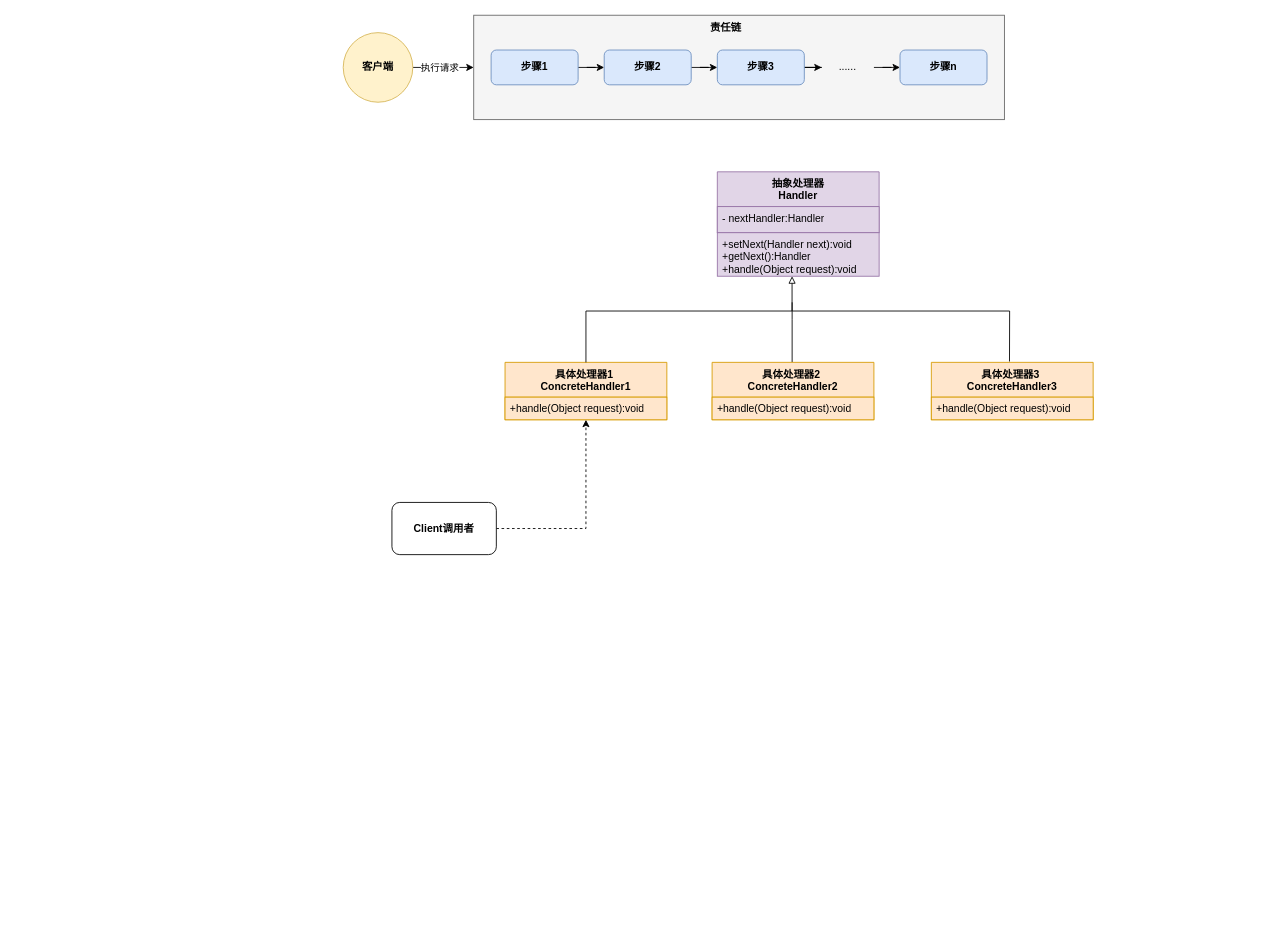
wjy888666/DesignPatterns keeps this draw.io diagram as Chain.drawio. Above is the earlier version. Source tidied: cells renumbered, new cells numbered last; positions are measured from the earlier drawing's top-left corner, leaving out a move shared by most shapes. Both pictures are drawn from the tidied source at 87%, with x=0, y=0 at pixel (343, 15).
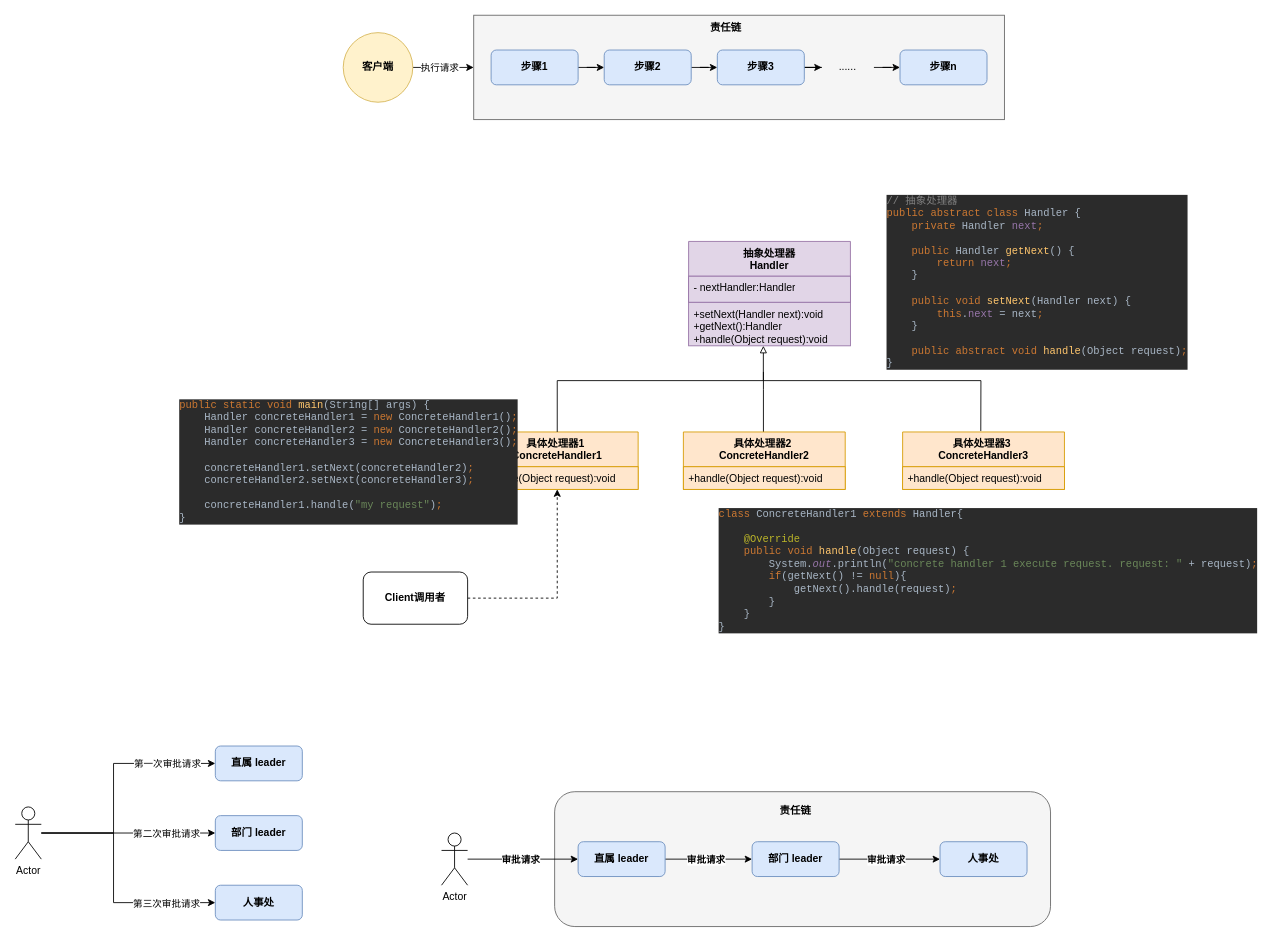
The same diagram, later.

Diff of the diagram source:
```diff
@@
+    <mxCell id="31" style="rounded=1;whiteSpace=wrap;html=1;fillColor=#f5f5f5;strokeColor=#666666;fontColor=#333333;" parent="1" vertex="1">
+      <mxGeometry x="243" y="892.5" width="570" height="155" as="geometry" />
+    </mxCell>
@@
     <mxCell id="16" value="具体处理器1&amp;nbsp;&lt;div&gt;ConcreteHandler1&lt;/div&gt;" style="swimlane;fontStyle=1;align=center;verticalAlign=top;horizontal=1;startSize=40;whiteSpace=wrap;html=1;fillColor=#ffe6cc;strokeColor=#d79b00;" parent="1" vertex="1">
-      <mxGeometry x="186" y="399" width="186" height="66" as="geometry" />
+      <mxGeometry x="153" y="479" width="186" height="66" as="geometry" />
     </mxCell>
@@
     <mxCell id="18" style="edgeStyle=orthogonalEdgeStyle;rounded=0;jettySize=auto;html=1;endArrow=none;endFill=0;" parent="1" edge="1" source="19">
       <mxGeometry relative="1" as="geometry">
-        <mxPoint x="516" y="330" as="targetPoint" />
+        <mxPoint x="483" y="410" as="targetPoint" />
         <Array as="points">
-          <mxPoint x="516" y="350" />
-          <mxPoint x="516" y="350" />
+          <mxPoint x="483" y="430" />
+          <mxPoint x="483" y="430" />
         </Array>
       </mxGeometry>
     </mxCell>
     <mxCell id="19" value="具体处理器2&amp;nbsp;&lt;div&gt;ConcreteHandler2&lt;/div&gt;" style="swimlane;fontStyle=1;align=center;verticalAlign=top;horizontal=1;startSize=40;whiteSpace=wrap;html=1;fillColor=#ffe6cc;strokeColor=#d79b00;" parent="1" vertex="1">
-      <mxGeometry x="424" y="399" width="186" height="66" as="geometry" />
+      <mxGeometry x="391" y="479" width="186" height="66" as="geometry" />
     </mxCell>
@@
     <mxCell id="21" value="具体处理器3&amp;nbsp;&lt;div&gt;ConcreteHandler3&lt;/div&gt;" style="swimlane;fontStyle=1;align=center;verticalAlign=top;horizontal=1;startSize=40;whiteSpace=wrap;html=1;fillColor=#ffe6cc;strokeColor=#d79b00;" parent="1" vertex="1">
-      <mxGeometry x="676" y="399" width="186" height="66" as="geometry" />
+      <mxGeometry x="643" y="479" width="186" height="66" as="geometry" />
     </mxCell>
@@
     <mxCell id="24" value="Client调用者" style="rounded=1;whiteSpace=wrap;html=1;fontStyle=1;" parent="1" vertex="1">
-      <mxGeometry x="56" y="560" width="120" height="60" as="geometry" />
+      <mxGeometry x="23" y="640" width="120" height="60" as="geometry" />
     </mxCell>
     <mxCell id="25" value="抽象处理器&lt;div&gt;Handler&lt;/div&gt;" style="swimlane;fontStyle=1;align=center;verticalAlign=top;horizontal=1;startSize=40;whiteSpace=wrap;html=1;fillColor=#e1d5e7;strokeColor=#9673a6;" parent="1" vertex="1">
-      <mxGeometry x="430" y="180" width="186" height="70" as="geometry" />
+      <mxGeometry x="397" y="260" width="186" height="70" as="geometry" />
     </mxCell>
@@
     <mxCell id="27" value="+setNext(Handler next):void&lt;div&gt;+getNext():Handler&lt;/div&gt;&lt;div&gt;+handle(Object request):void&lt;/div&gt;" style="text;strokeColor=#9673a6;fillColor=#e1d5e7;align=left;verticalAlign=top;spacingLeft=4;spacingRight=4;overflow=hidden;points=[[0,0.5],[1,0.5]];portConstraint=eastwest;whiteSpace=wrap;html=1;" parent="1" vertex="1">
-      <mxGeometry x="430" y="250" width="186" height="50" as="geometry" />
+      <mxGeometry x="397" y="330" width="186" height="50" as="geometry" />
     </mxCell>
     <mxCell id="28" style="edgeStyle=orthogonalEdgeStyle;rounded=0;jettySize=auto;html=1;entryX=0.462;entryY=1;entryDx=0;entryDy=0;entryPerimeter=0;endArrow=block;endFill=0;" parent="1" edge="1" source="16" target="27">
       <mxGeometry relative="1" as="geometry">
         <Array as="points">
-          <mxPoint x="279" y="340" />
-          <mxPoint x="516" y="340" />
+          <mxPoint x="246" y="420" />
+          <mxPoint x="483" y="420" />
         </Array>
       </mxGeometry>
     </mxCell>
     <mxCell id="29" style="endArrow=none;html=1;rounded=0;" parent="1" edge="1">
       <mxGeometry relative="1" as="geometry">
-        <mxPoint x="516" y="340" as="sourcePoint" />
-        <mxPoint x="766" y="340" as="targetPoint" />
+        <mxPoint x="483" y="420" as="sourcePoint" />
+        <mxPoint x="733" y="420" as="targetPoint" />
       </mxGeometry>
     </mxCell>
     <mxCell id="30" style="endArrow=none;html=1;rounded=0;exitX=0.483;exitY=-0.015;exitDx=0;exitDy=0;exitPerimeter=0;" parent="1" edge="1" source="21">
       <mxGeometry relative="1" as="geometry">
-        <mxPoint x="766" y="340" as="targetPoint" />
+        <mxPoint x="733" y="420" as="targetPoint" />
       </mxGeometry>
     </mxCell>
+    <mxCell id="32" value="&lt;div style=&quot;background-color:#2b2b2b;color:#a9b7c6;font-family:'JetBrains Mono',monospace;font-size:9.0pt;white-space:pre;&quot;&gt;&lt;span style=&quot;color:#cc7832;&quot;&gt;class &lt;/span&gt;ConcreteHandler1 &lt;span style=&quot;color:#cc7832;&quot;&gt;extends &lt;/span&gt;Handler{&lt;br&gt;&lt;br&gt;    &lt;span style=&quot;color:#bbb529;&quot;&gt;@Override&lt;br&gt;&lt;/span&gt;&lt;span style=&quot;color:#bbb529;&quot;&gt;    &lt;/span&gt;&lt;span style=&quot;color:#cc7832;&quot;&gt;public void &lt;/span&gt;&lt;span style=&quot;color:#ffc66d;&quot;&gt;handle&lt;/span&gt;(Object request) {&lt;br&gt;        System.&lt;span style=&quot;color:#9876aa;font-style:italic;&quot;&gt;out&lt;/span&gt;.println(&lt;span style=&quot;color:#6a8759;&quot;&gt;&quot;concrete handler 1 execute request. request: &quot; &lt;/span&gt;+ request)&lt;span style=&quot;color:#cc7832;&quot;&gt;;&lt;br&gt;&lt;/span&gt;&lt;span style=&quot;color:#cc7832;&quot;&gt;        if&lt;/span&gt;(getNext() != &lt;span style=&quot;color:#cc7832;&quot;&gt;null&lt;/span&gt;){&lt;br&gt;            getNext().handle(request)&lt;span style=&quot;color:#cc7832;&quot;&gt;;&lt;br&gt;&lt;/span&gt;&lt;span style=&quot;color:#cc7832;&quot;&gt;        &lt;/span&gt;}&lt;br&gt;    }&lt;br&gt;}&lt;/div&gt;" style="text;whiteSpace=wrap;html=1;" parent="1" vertex="1">
+      <mxGeometry x="430" y="560" width="560" height="170" as="geometry" />
+    </mxCell>
+    <mxCell id="33" value="&lt;div style=&quot;background-color:#2b2b2b;color:#a9b7c6;font-family:'JetBrains Mono',monospace;font-size:9.0pt;white-space:pre;&quot;&gt;&lt;span style=&quot;color:#808080;&quot;&gt;// &lt;/span&gt;&lt;span style=&quot;color:#808080;font-family:'宋体',monospace;&quot;&gt;抽象处理器&lt;br&gt;&lt;/span&gt;&lt;span style=&quot;color:#cc7832;&quot;&gt;public abstract class &lt;/span&gt;Handler {&lt;br&gt;    &lt;span style=&quot;color:#cc7832;&quot;&gt;private &lt;/span&gt;Handler &lt;span style=&quot;color:#9876aa;&quot;&gt;next&lt;/span&gt;&lt;span style=&quot;color:#cc7832;&quot;&gt;;&lt;br&gt;&lt;/span&gt;&lt;span style=&quot;color:#cc7832;&quot;&gt;&lt;br&gt;&lt;/span&gt;&lt;span style=&quot;color:#cc7832;&quot;&gt;    public &lt;/span&gt;Handler &lt;span style=&quot;color:#ffc66d;&quot;&gt;getNext&lt;/span&gt;() {&lt;br&gt;        &lt;span style=&quot;color:#cc7832;&quot;&gt;return &lt;/span&gt;&lt;span style=&quot;color:#9876aa;&quot;&gt;next&lt;/span&gt;&lt;span style=&quot;color:#cc7832;&quot;&gt;;&lt;br&gt;&lt;/span&gt;&lt;span style=&quot;color:#cc7832;&quot;&gt;    &lt;/span&gt;}&lt;br&gt;&lt;br&gt;    &lt;span style=&quot;color:#cc7832;&quot;&gt;public void &lt;/span&gt;&lt;span style=&quot;color:#ffc66d;&quot;&gt;setNext&lt;/span&gt;(Handler next) {&lt;br&gt;        &lt;span style=&quot;color:#cc7832;&quot;&gt;this&lt;/span&gt;.&lt;span style=&quot;color:#9876aa;&quot;&gt;next &lt;/span&gt;= next&lt;span style=&quot;color:#cc7832;&quot;&gt;;&lt;br&gt;&lt;/span&gt;&lt;span style=&quot;color:#cc7832;&quot;&gt;    &lt;/span&gt;}&lt;br&gt;&lt;br&gt;    &lt;span style=&quot;color:#cc7832;&quot;&gt;public abstract void &lt;/span&gt;&lt;span style=&quot;color:#ffc66d;&quot;&gt;handle&lt;/span&gt;(Object request)&lt;span style=&quot;color:#cc7832;&quot;&gt;;&lt;br&gt;&lt;/span&gt;}&lt;br&gt;&lt;/div&gt;" style="text;whiteSpace=wrap;html=1;" parent="1" vertex="1">
+      <mxGeometry x="623" y="200" width="320" height="230" as="geometry" />
+    </mxCell>
+    <mxCell id="34" value="&lt;div style=&quot;background-color:#2b2b2b;color:#a9b7c6;font-family:'JetBrains Mono',monospace;font-size:9.0pt;white-space:pre;&quot;&gt;&lt;span style=&quot;color:#cc7832;&quot;&gt;public static void &lt;/span&gt;&lt;span style=&quot;color:#ffc66d;&quot;&gt;main&lt;/span&gt;(String[] args) {&lt;br&gt;    Handler concreteHandler1 = &lt;span style=&quot;color:#cc7832;&quot;&gt;new &lt;/span&gt;ConcreteHandler1()&lt;span style=&quot;color:#cc7832;&quot;&gt;;&lt;br&gt;&lt;/span&gt;&lt;span style=&quot;color:#cc7832;&quot;&gt;    &lt;/span&gt;Handler concreteHandler2 = &lt;span style=&quot;color:#cc7832;&quot;&gt;new &lt;/span&gt;ConcreteHandler2()&lt;span style=&quot;color:#cc7832;&quot;&gt;;&lt;br&gt;&lt;/span&gt;&lt;span style=&quot;color:#cc7832;&quot;&gt;    &lt;/span&gt;Handler concreteHandler3 = &lt;span style=&quot;color:#cc7832;&quot;&gt;new &lt;/span&gt;ConcreteHandler3()&lt;span style=&quot;color:#cc7832;&quot;&gt;;&lt;br&gt;&lt;/span&gt;&lt;span style=&quot;color:#cc7832;&quot;&gt;&lt;br&gt;&lt;/span&gt;&lt;span style=&quot;color:#cc7832;&quot;&gt;    &lt;/span&gt;concreteHandler1.setNext(concreteHandler2)&lt;span style=&quot;color:#cc7832;&quot;&gt;;&lt;br&gt;&lt;/span&gt;&lt;span style=&quot;color:#cc7832;&quot;&gt;    &lt;/span&gt;concreteHandler2.setNext(concreteHandler3)&lt;span style=&quot;color:#cc7832;&quot;&gt;;&lt;br&gt;&lt;/span&gt;&lt;span style=&quot;color:#cc7832;&quot;&gt;&lt;br&gt;&lt;/span&gt;&lt;span style=&quot;color:#cc7832;&quot;&gt;    &lt;/span&gt;concreteHandler1.handle(&lt;span style=&quot;color:#6a8759;&quot;&gt;&quot;my request&quot;&lt;/span&gt;)&lt;span style=&quot;color:#cc7832;&quot;&gt;;&lt;br&gt;&lt;/span&gt;}&lt;/div&gt;" style="text;whiteSpace=wrap;html=1;" parent="1" vertex="1">
+      <mxGeometry x="-190" y="435" width="360" height="170" as="geometry" />
+    </mxCell>
+    <mxCell id="35" style="edgeStyle=orthogonalEdgeStyle;rounded=0;jettySize=auto;html=1;entryX=0;entryY=0.5;entryDx=0;entryDy=0;" parent="1" edge="1" source="40" target="42">
+      <mxGeometry relative="1" as="geometry" />
+    </mxCell>
+    <mxCell id="36" style="edgeStyle=orthogonalEdgeStyle;rounded=0;jettySize=auto;html=1;entryX=0;entryY=0.5;entryDx=0;entryDy=0;" parent="1" edge="1" source="40" target="41">
+      <mxGeometry relative="1" as="geometry">
+        <Array as="points">
+          <mxPoint x="-264" y="940" />
+          <mxPoint x="-264" y="860" />
+        </Array>
+      </mxGeometry>
+    </mxCell>
+    <mxCell id="37" value="第一次审批请求" style="edgeLabel;html=1;align=center;verticalAlign=middle;" parent="36" vertex="1">
+      <mxGeometry x="0.62" y="2" relative="1" as="geometry">
+        <mxPoint x="-3" y="2" as="offset" />
+      </mxGeometry>
+    </mxCell>
+    <mxCell id="38" style="edgeStyle=orthogonalEdgeStyle;rounded=0;jettySize=auto;html=1;entryX=0;entryY=0.5;entryDx=0;entryDy=0;" parent="1" edge="1" source="40" target="43">
+      <mxGeometry relative="1" as="geometry">
+        <Array as="points">
+          <mxPoint x="-264" y="940" />
+          <mxPoint x="-264" y="1020" />
+        </Array>
+      </mxGeometry>
+    </mxCell>
+    <mxCell id="39" style="edgeLabel;html=1;align=center;verticalAlign=middle;" parent="38" vertex="1">
+      <mxGeometry x="0.49" y="2" relative="1" as="geometry" />
+    </mxCell>
+    <mxCell id="40" value="Actor" style="shape=umlActor;verticalLabelPosition=bottom;verticalAlign=top;html=1;outlineConnect=0;" parent="1" vertex="1">
+      <mxGeometry x="-377" y="910" width="30" height="60" as="geometry" />
+    </mxCell>
+    <mxCell id="41" value="直属 leader" style="rounded=1;whiteSpace=wrap;html=1;fontStyle=1;fillColor=#dae8fc;strokeColor=#6c8ebf;" parent="1" vertex="1">
+      <mxGeometry x="-147" y="840" width="100" height="40" as="geometry" />
+    </mxCell>
+    <mxCell id="42" value="部门 leader" style="rounded=1;whiteSpace=wrap;html=1;fontStyle=1;fillColor=#dae8fc;strokeColor=#6c8ebf;" parent="1" vertex="1">
+      <mxGeometry x="-147" y="920" width="100" height="40" as="geometry" />
+    </mxCell>
+    <mxCell id="43" value="人事处" style="rounded=1;whiteSpace=wrap;html=1;fontStyle=1;fillColor=#dae8fc;strokeColor=#6c8ebf;" parent="1" vertex="1">
+      <mxGeometry x="-147" y="1000" width="100" height="40" as="geometry" />
+    </mxCell>
+    <mxCell id="44" value="第二次审批请求" style="edgeLabel;html=1;align=center;verticalAlign=middle;" parent="1" vertex="1">
+      <mxGeometry x="-204" y="940" as="geometry" />
+    </mxCell>
+    <mxCell id="45" value="第三次审批请求" style="edgeLabel;html=1;align=center;verticalAlign=middle;" parent="1" vertex="1">
+      <mxGeometry x="-204" y="1020" as="geometry" />
+    </mxCell>
+    <mxCell id="46" style="edgeStyle=orthogonalEdgeStyle;rounded=0;jettySize=auto;html=1;entryX=0;entryY=0.5;entryDx=0;entryDy=0;" parent="1" edge="1" source="57" target="58">
+      <mxGeometry relative="1" as="geometry" />
+    </mxCell>
+    <mxCell id="47" style="edgeLabel;html=1;align=center;verticalAlign=middle;" parent="46" vertex="1">
+      <mxGeometry x="-0.07" y="1" relative="1" as="geometry" />
+    </mxCell>
+    <mxCell id="48" value="&lt;span style=&quot;font-weight: 700;&quot;&gt;审批请求&lt;/span&gt;" style="edgeLabel;html=1;align=center;verticalAlign=middle;" parent="46" vertex="1">
+      <mxGeometry x="-0.09" y="-3" relative="1" as="geometry">
+        <mxPoint y="-3" as="offset" />
+      </mxGeometry>
+    </mxCell>
+    <mxCell id="49" style="edgeStyle=orthogonalEdgeStyle;rounded=0;jettySize=auto;html=1;entryX=0;entryY=0.5;entryDx=0;entryDy=0;exitX=1;exitY=0.5;exitDx=0;exitDy=0;" parent="1" edge="1" source="58" target="52">
+      <mxGeometry relative="1" as="geometry">
+        <Array as="points">
+          <mxPoint x="623" y="970" />
+          <mxPoint x="623" y="970" />
+        </Array>
+      </mxGeometry>
+    </mxCell>
+    <mxCell id="50" style="edgeLabel;html=1;align=center;verticalAlign=middle;" parent="49" vertex="1">
+      <mxGeometry x="0.49" y="2" relative="1" as="geometry" />
+    </mxCell>
+    <mxCell id="51" value="Actor" style="shape=umlActor;verticalLabelPosition=bottom;verticalAlign=top;html=1;outlineConnect=0;" parent="1" vertex="1">
+      <mxGeometry x="113" y="940" width="30" height="60" as="geometry" />
+    </mxCell>
+    <mxCell id="52" value="人事处" style="rounded=1;whiteSpace=wrap;html=1;fontStyle=1;fillColor=#dae8fc;strokeColor=#6c8ebf;" parent="1" vertex="1">
+      <mxGeometry x="686" y="950" width="100" height="40" as="geometry" />
+    </mxCell>
+    <mxCell id="53" style="edgeLabel;html=1;align=center;verticalAlign=middle;fontStyle=1;" parent="1" vertex="1">
+      <mxGeometry x="413" y="970" as="geometry" />
+    </mxCell>
+    <mxCell id="54" value="审批请求" style="edgeLabel;html=1;align=center;verticalAlign=middle;fontStyle=1;" parent="1" vertex="1">
+      <mxGeometry x="623" y="970" as="geometry" />
+    </mxCell>
+    <mxCell id="55" style="edgeStyle=orthogonalEdgeStyle;rounded=0;jettySize=auto;html=1;entryX=0;entryY=0.5;entryDx=0;entryDy=0;" parent="1" edge="1" source="51" target="57">
+      <mxGeometry relative="1" as="geometry" />
+    </mxCell>
+    <mxCell id="56" value="审批请求" style="edgeLabel;html=1;align=center;verticalAlign=middle;fontStyle=1;" parent="55" vertex="1">
+      <mxGeometry x="-0.37" y="1" relative="1" as="geometry">
+        <mxPoint x="20" y="1" as="offset" />
+      </mxGeometry>
+    </mxCell>
+    <mxCell id="57" value="直属 leader" style="rounded=1;whiteSpace=wrap;html=1;fontStyle=1;fillColor=#dae8fc;strokeColor=#6c8ebf;" parent="1" vertex="1">
+      <mxGeometry x="270" y="950" width="100" height="40" as="geometry" />
+    </mxCell>
+    <mxCell id="58" value="部门 leader" style="rounded=1;whiteSpace=wrap;html=1;fontStyle=1;fillColor=#dae8fc;strokeColor=#6c8ebf;" parent="1" vertex="1">
+      <mxGeometry x="470" y="950" width="100" height="40" as="geometry" />
+    </mxCell>
+    <mxCell id="59" value="责任链" style="text;html=1;align=center;verticalAlign=middle;whiteSpace=wrap;rounded=0;fontStyle=1;" parent="1" vertex="1">
+      <mxGeometry x="490" y="900" width="60" height="30" as="geometry" />
+    </mxCell>
```
